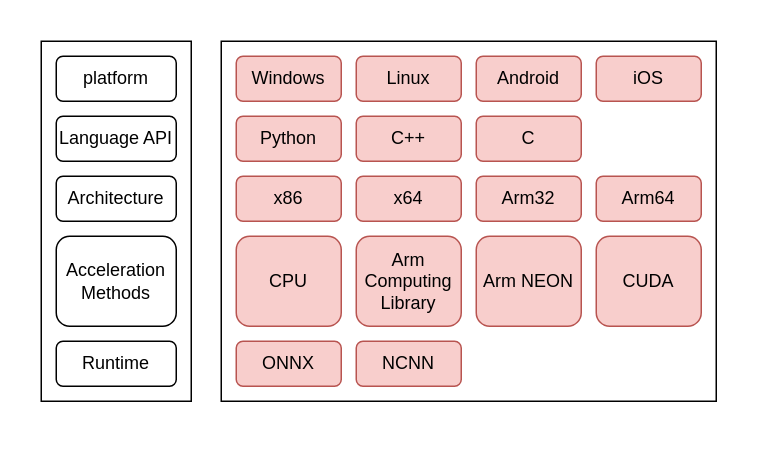
The draw.io diagram runtime.drawio in foreignbill/drawio, before the edit. Source tidied: cells renumbered, new cells numbered last; positions are measured from the earlier drawing's top-left corner, leaving out a move shared by most shapes. Both pictures are drawn from the tidied source at 150%, with x=0, y=0 at pixel (40, 40).
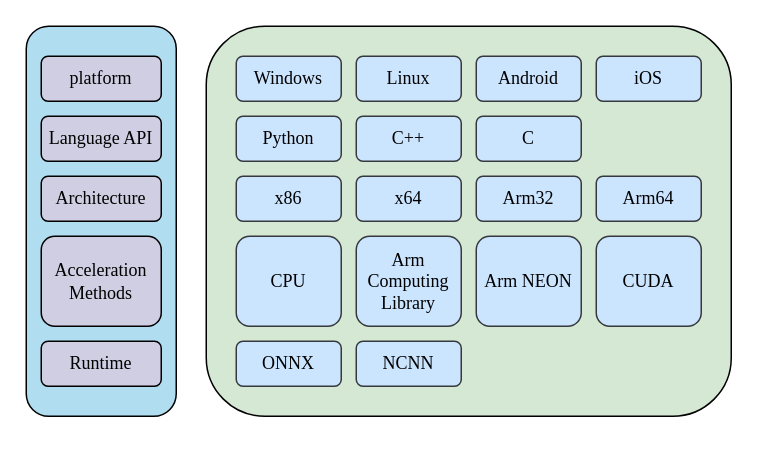
The same diagram, later.

What changed in the source:
```diff
@@
-    <mxCell id="2" style="rounded=0.2;whiteSpace=wrap;html=1;" parent="1" vertex="1">
-      <mxGeometry x="120" width="330" height="240" as="geometry" />
+    <mxCell id="2" style="rounded=1;whiteSpace=wrap;html=1;fillColor=#D5E8D4;fontFamily=Times New Roman;" parent="1" vertex="1">
+      <mxGeometry x="110" y="-10" width="350" height="260" as="geometry" />
     </mxCell>
-    <mxCell id="3" style="rounded=0;whiteSpace=wrap;html=1;" parent="1" vertex="1">
-      <mxGeometry width="100" height="240" as="geometry" />
+    <mxCell id="3" style="rounded=1;whiteSpace=wrap;html=1;fillColor=#B1DDF0;fontFamily=Times New Roman;" parent="1" vertex="1">
+      <mxGeometry x="-10" y="-10" width="100" height="260" as="geometry" />
     </mxCell>
-    <mxCell id="4" value="platform" style="rounded=1;whiteSpace=wrap;html=1;" parent="1" vertex="1">
-      <mxGeometry x="10" y="10" width="80" height="30" as="geometry" />
+    <mxCell id="4" value="platform" style="rounded=1;whiteSpace=wrap;html=1;fillColor=#D0CEE2;fontFamily=Times New Roman;" parent="1" vertex="1">
+      <mxGeometry y="10" width="80" height="30" as="geometry" />
     </mxCell>
-    <mxCell id="5" value="Language API" style="rounded=1;whiteSpace=wrap;html=1;" parent="1" vertex="1">
-      <mxGeometry x="10" y="50" width="80" height="30" as="geometry" />
+    <mxCell id="5" value="Language API" style="rounded=1;whiteSpace=wrap;html=1;fillColor=#D0CEE2;fontFamily=Times New Roman;" parent="1" vertex="1">
+      <mxGeometry y="50" width="80" height="30" as="geometry" />
     </mxCell>
-    <mxCell id="6" value="Windows" style="rounded=1;whiteSpace=wrap;html=1;fillColor=#f8cecc;strokeColor=#b85450;" parent="1" vertex="1">
+    <mxCell id="6" value="Windows" style="rounded=1;whiteSpace=wrap;html=1;fillColor=#CCE5FF;strokeColor=#36393D;fontFamily=Times New Roman;" parent="1" vertex="1">
       <mxGeometry x="130" y="10" width="70" height="30" as="geometry" />
     </mxCell>
-    <mxCell id="7" value="Linux" style="rounded=1;whiteSpace=wrap;html=1;fillColor=#f8cecc;strokeColor=#b85450;" parent="1" vertex="1">
+    <mxCell id="7" value="Linux" style="rounded=1;whiteSpace=wrap;html=1;fillColor=#CCE5FF;strokeColor=#36393D;fontFamily=Times New Roman;" parent="1" vertex="1">
       <mxGeometry x="210" y="10" width="70" height="30" as="geometry" />
     </mxCell>
-    <mxCell id="8" value="Android" style="rounded=1;whiteSpace=wrap;html=1;fillColor=#f8cecc;strokeColor=#b85450;" parent="1" vertex="1">
+    <mxCell id="8" value="Android" style="rounded=1;whiteSpace=wrap;html=1;fillColor=#CCE5FF;strokeColor=#36393D;fontFamily=Times New Roman;" parent="1" vertex="1">
       <mxGeometry x="290" y="10" width="70" height="30" as="geometry" />
     </mxCell>
-    <mxCell id="9" value="Python" style="rounded=1;whiteSpace=wrap;html=1;fillColor=#f8cecc;strokeColor=#b85450;" parent="1" vertex="1">
+    <mxCell id="9" value="Python" style="rounded=1;whiteSpace=wrap;html=1;fillColor=#CCE5FF;strokeColor=#36393D;fontFamily=Times New Roman;" parent="1" vertex="1">
       <mxGeometry x="130" y="50" width="70" height="30" as="geometry" />
     </mxCell>
-    <mxCell id="10" value="C++" style="rounded=1;whiteSpace=wrap;html=1;fillColor=#f8cecc;strokeColor=#b85450;" parent="1" vertex="1">
+    <mxCell id="10" value="C++" style="rounded=1;whiteSpace=wrap;html=1;fillColor=#CCE5FF;strokeColor=#36393D;fontFamily=Times New Roman;" parent="1" vertex="1">
       <mxGeometry x="210" y="50" width="70" height="30" as="geometry" />
     </mxCell>
-    <mxCell id="11" value="Architecture" style="rounded=1;whiteSpace=wrap;html=1;" parent="1" vertex="1">
-      <mxGeometry x="10" y="90" width="80" height="30" as="geometry" />
+    <mxCell id="11" value="Architecture" style="rounded=1;whiteSpace=wrap;html=1;fillColor=#D0CEE2;fontFamily=Times New Roman;" parent="1" vertex="1">
+      <mxGeometry y="90" width="80" height="30" as="geometry" />
     </mxCell>
-    <mxCell id="12" value="x86" style="rounded=1;whiteSpace=wrap;html=1;fillColor=#f8cecc;strokeColor=#b85450;" parent="1" vertex="1">
+    <mxCell id="12" value="x86" style="rounded=1;whiteSpace=wrap;html=1;fillColor=#CCE5FF;strokeColor=#36393D;fontFamily=Times New Roman;" parent="1" vertex="1">
       <mxGeometry x="130" y="90" width="70" height="30" as="geometry" />
     </mxCell>
-    <mxCell id="13" value="x64" style="rounded=1;whiteSpace=wrap;html=1;fillColor=#f8cecc;strokeColor=#b85450;" parent="1" vertex="1">
+    <mxCell id="13" value="x64" style="rounded=1;whiteSpace=wrap;html=1;fillColor=#CCE5FF;strokeColor=#36393D;fontFamily=Times New Roman;" parent="1" vertex="1">
       <mxGeometry x="210" y="90" width="70" height="30" as="geometry" />
     </mxCell>
-    <mxCell id="14" value="Arm32" style="rounded=1;whiteSpace=wrap;html=1;fillColor=#f8cecc;strokeColor=#b85450;" parent="1" vertex="1">
+    <mxCell id="14" value="Arm32" style="rounded=1;whiteSpace=wrap;html=1;fillColor=#CCE5FF;strokeColor=#36393D;fontFamily=Times New Roman;" parent="1" vertex="1">
       <mxGeometry x="290" y="90" width="70" height="30" as="geometry" />
     </mxCell>
-    <mxCell id="15" value="Arm64" style="rounded=1;whiteSpace=wrap;html=1;fillColor=#f8cecc;strokeColor=#b85450;" parent="1" vertex="1">
+    <mxCell id="15" value="Arm64" style="rounded=1;whiteSpace=wrap;html=1;fillColor=#CCE5FF;strokeColor=#36393D;fontFamily=Times New Roman;" parent="1" vertex="1">
       <mxGeometry x="370" y="90" width="70" height="30" as="geometry" />
     </mxCell>
-    <mxCell id="16" value="Acceleration Methods" style="rounded=1;whiteSpace=wrap;html=1;" parent="1" vertex="1">
-      <mxGeometry x="10" y="130" width="80" height="60" as="geometry" />
+    <mxCell id="16" value="Acceleration Methods" style="rounded=1;whiteSpace=wrap;html=1;fillColor=#D0CEE2;fontFamily=Times New Roman;" parent="1" vertex="1">
+      <mxGeometry y="130" width="80" height="60" as="geometry" />
     </mxCell>
-    <mxCell id="17" value="CPU" style="rounded=1;whiteSpace=wrap;html=1;fillColor=#f8cecc;strokeColor=#b85450;" parent="1" vertex="1">
+    <mxCell id="17" value="CPU" style="rounded=1;whiteSpace=wrap;html=1;fillColor=#CCE5FF;strokeColor=#36393D;fontFamily=Times New Roman;" parent="1" vertex="1">
       <mxGeometry x="130" y="130" width="70" height="60" as="geometry" />
     </mxCell>
-    <mxCell id="18" value="Arm Computing Library" style="rounded=1;whiteSpace=wrap;html=1;fillColor=#f8cecc;strokeColor=#b85450;" parent="1" vertex="1">
+    <mxCell id="18" value="Arm Computing Library" style="rounded=1;whiteSpace=wrap;html=1;fillColor=#CCE5FF;strokeColor=#36393D;fontFamily=Times New Roman;" parent="1" vertex="1">
       <mxGeometry x="210" y="130" width="70" height="60" as="geometry" />
     </mxCell>
-    <mxCell id="19" value="Arm NEON" style="rounded=1;whiteSpace=wrap;html=1;fillColor=#f8cecc;strokeColor=#b85450;" parent="1" vertex="1">
+    <mxCell id="19" value="Arm NEON" style="rounded=1;whiteSpace=wrap;html=1;fillColor=#CCE5FF;strokeColor=#36393D;fontFamily=Times New Roman;" parent="1" vertex="1">
       <mxGeometry x="290" y="130" width="70" height="60" as="geometry" />
     </mxCell>
-    <mxCell id="20" value="iOS" style="rounded=1;whiteSpace=wrap;html=1;fillColor=#f8cecc;strokeColor=#b85450;" parent="1" vertex="1">
+    <mxCell id="20" value="iOS" style="rounded=1;whiteSpace=wrap;html=1;fillColor=#CCE5FF;strokeColor=#36393D;fontFamily=Times New Roman;" parent="1" vertex="1">
       <mxGeometry x="370" y="10" width="70" height="30" as="geometry" />
     </mxCell>
-    <mxCell id="21" value="CUDA" style="rounded=1;whiteSpace=wrap;html=1;fillColor=#f8cecc;strokeColor=#b85450;" parent="1" vertex="1">
+    <mxCell id="21" value="CUDA" style="rounded=1;whiteSpace=wrap;html=1;fillColor=#CCE5FF;strokeColor=#36393D;fontFamily=Times New Roman;" parent="1" vertex="1">
       <mxGeometry x="370" y="130" width="70" height="60" as="geometry" />
     </mxCell>
-    <mxCell id="22" value="C" style="rounded=1;whiteSpace=wrap;html=1;fillColor=#f8cecc;strokeColor=#b85450;" parent="1" vertex="1">
+    <mxCell id="22" value="C" style="rounded=1;whiteSpace=wrap;html=1;fillColor=#CCE5FF;strokeColor=#36393D;fontFamily=Times New Roman;" parent="1" vertex="1">
       <mxGeometry x="290" y="50" width="70" height="30" as="geometry" />
     </mxCell>
-    <mxCell id="23" value="Runtime" style="rounded=1;whiteSpace=wrap;html=1;" parent="1" vertex="1">
-      <mxGeometry x="10" y="200" width="80" height="30" as="geometry" />
+    <mxCell id="23" value="Runtime" style="rounded=1;whiteSpace=wrap;html=1;fillColor=#D0CEE2;fontFamily=Times New Roman;" parent="1" vertex="1">
+      <mxGeometry y="200" width="80" height="30" as="geometry" />
     </mxCell>
-    <mxCell id="24" style="edgeStyle=orthogonalEdgeStyle;rounded=0;orthogonalLoop=1;jettySize=auto;html=1;exitX=0.5;exitY=1;exitDx=0;exitDy=0;" parent="1" edge="1" source="3" target="3">
+    <mxCell id="24" style="edgeStyle=orthogonalEdgeStyle;rounded=0;orthogonalLoop=1;jettySize=auto;html=1;exitX=0.5;exitY=1;exitDx=0;exitDy=0;fontFamily=Times New Roman;" parent="1" edge="1" source="3" target="3">
       <mxGeometry relative="1" as="geometry" />
     </mxCell>
-    <mxCell id="25" value="ONNX" style="rounded=1;whiteSpace=wrap;html=1;fillColor=#f8cecc;strokeColor=#b85450;" parent="1" vertex="1">
+    <mxCell id="25" value="ONNX" style="rounded=1;whiteSpace=wrap;html=1;fillColor=#CCE5FF;strokeColor=#36393D;fontFamily=Times New Roman;" parent="1" vertex="1">
       <mxGeometry x="130" y="200" width="70" height="30" as="geometry" />
     </mxCell>
-    <mxCell id="26" value="NCNN" style="rounded=1;whiteSpace=wrap;html=1;fillColor=#f8cecc;strokeColor=#b85450;" parent="1" vertex="1">
+    <mxCell id="26" value="NCNN" style="rounded=1;whiteSpace=wrap;html=1;fillColor=#CCE5FF;strokeColor=#36393D;fontFamily=Times New Roman;" parent="1" vertex="1">
       <mxGeometry x="210" y="200" width="70" height="30" as="geometry" />
     </mxCell>
```
